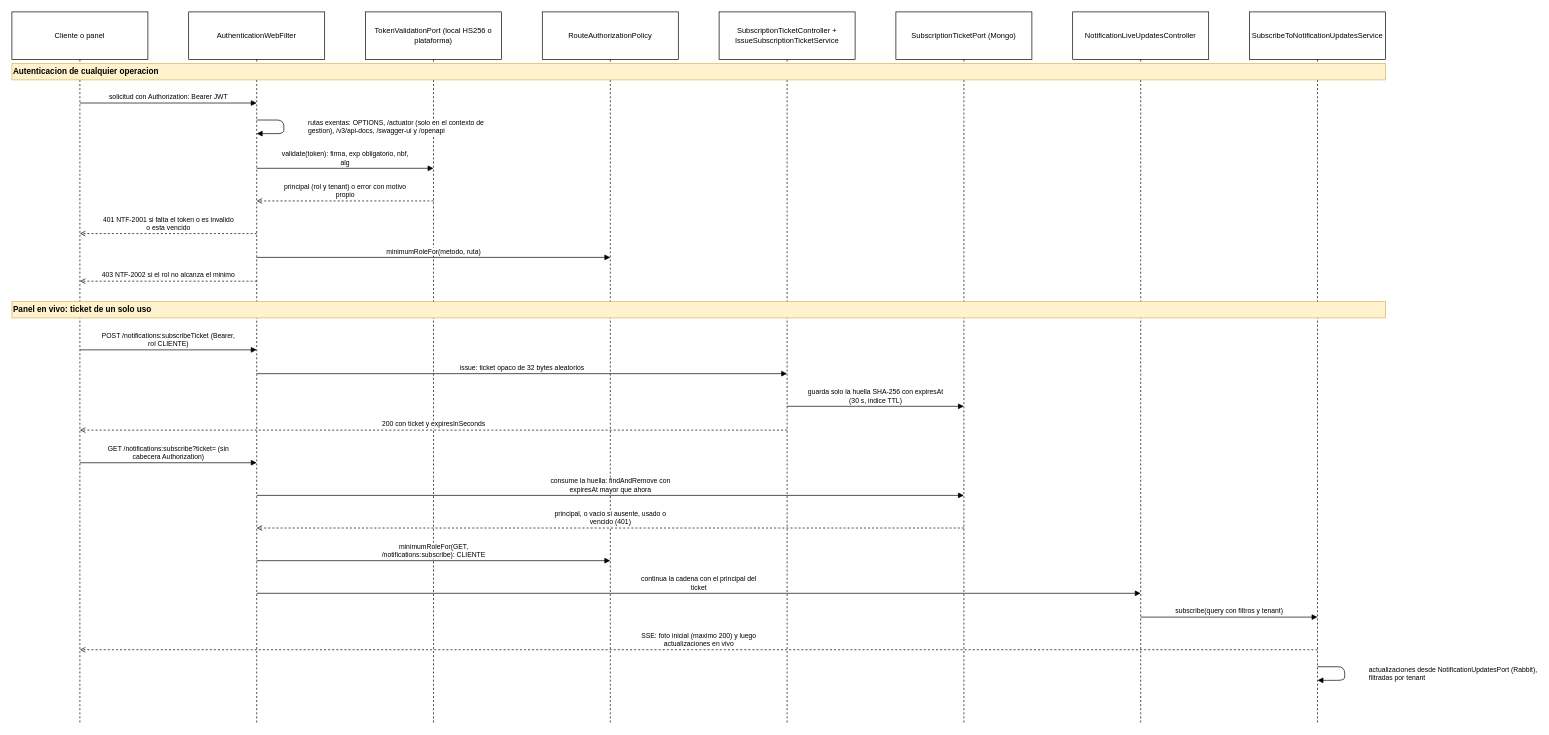
Earlier version of the draw.io diagram docs/diagramas/secuencias/F05-autenticacion-y-panel-en-vivo.drawio (Andruortiz/Notification-uco). Source tidied: cells renumbered, new cells numbered last; positions are measured from the earlier drawing's top-left corner, leaving out a move shared by most shapes. Both pictures are drawn from the tidied source at 68%, with x=0, y=0 at pixel (12, 12).
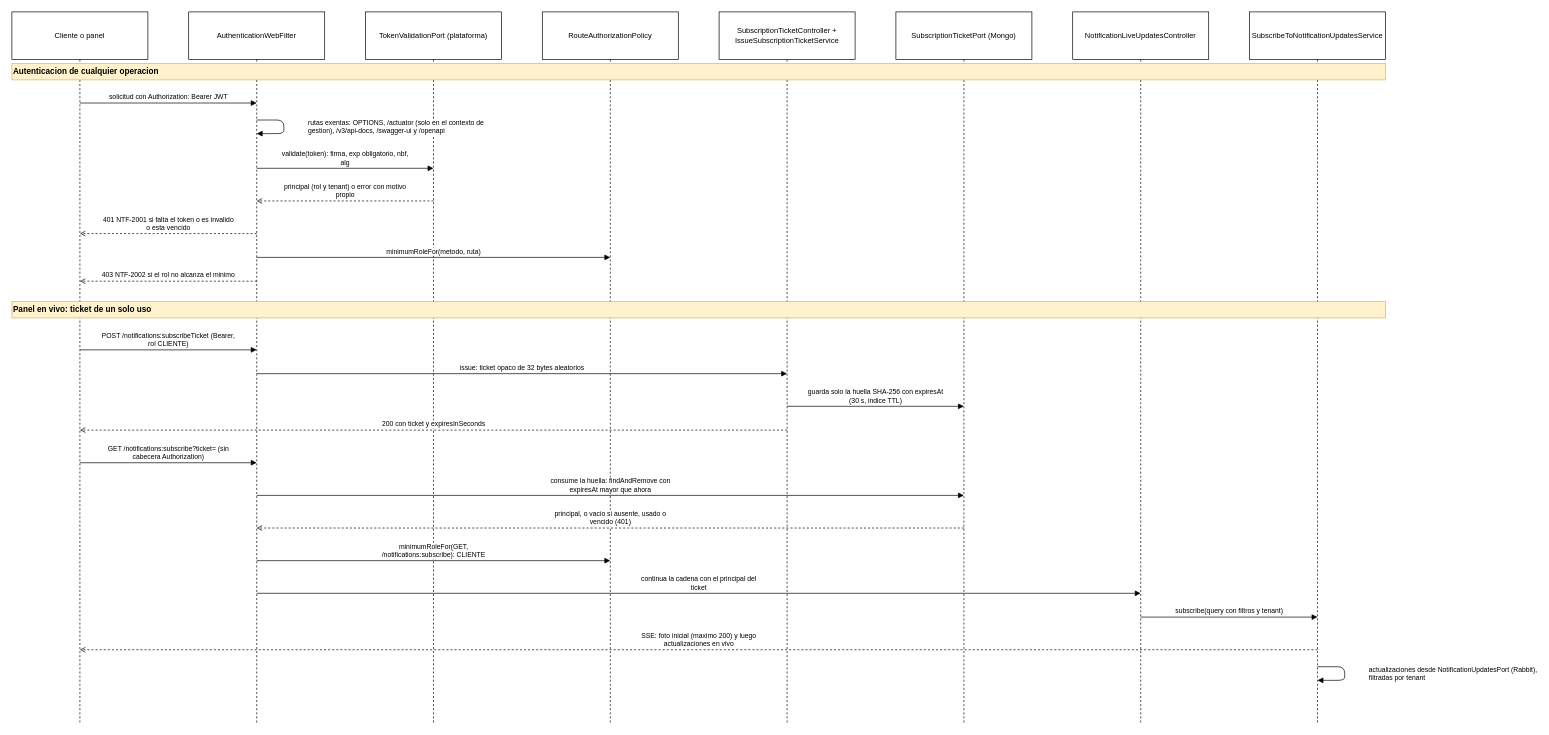
After the change.

Commit message (it also covers changes not shown here):
docs(auth): script de token de desarrollo y retiro de variables del modo local (HU2-113)

Change to the diagram source:
```diff
@@
-    <mxCell id="4" value="TokenValidationPort (local HS256 o&lt;br&gt;plataforma)" style="shape=umlLifeline;perimeter=lifelinePerimeter;whiteSpace=wrap;html=1;size=70;fontSize=11;" parent="1" vertex="1">
+    <mxCell id="4" value="TokenValidationPort (plataforma)" style="shape=umlLifeline;perimeter=lifelinePerimeter;whiteSpace=wrap;html=1;size=70;fontSize=11;" parent="1" vertex="1">
       <mxGeometry x="520" width="200" height="1046" as="geometry" />
     </mxCell>
```
